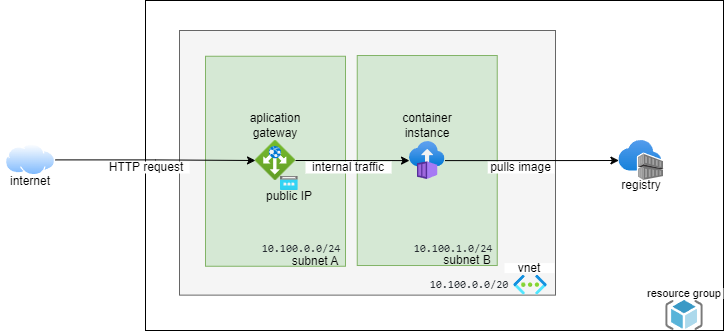
Earlier version of the draw.io export aci/go-micro-api-aci.drawio.png (juliocesarscheidt/go-micro-api). Source tidied: cells renumbered, new cells last; positions are measured from the earlier drawing's top-left corner, leaving out a move shared by most shapes.
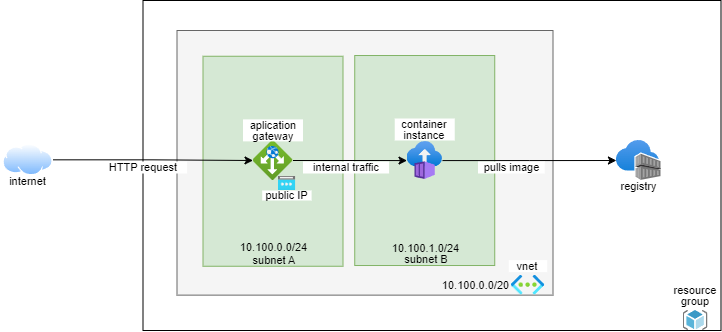
The same diagram one commit later.

Commit message:
Adjust diagrams

Change to the diagram source:
```diff
@@ -3,91 +3,91 @@
     <mxCell id="0" />
     <mxCell id="1" parent="0" />
     <mxCell id="2" style="rounded=0;whiteSpace=wrap;html=1;" parent="1" vertex="1">
-      <mxGeometry x="145" width="578" height="330" as="geometry" />
+      <mxGeometry x="180.5" y="110" width="578" height="330" as="geometry" />
     </mxCell>
     <mxCell id="3" style="rounded=0;whiteSpace=wrap;html=1;fillColor=#f5f5f5;fontColor=#333333;strokeColor=#666666;" parent="1" vertex="1">
-      <mxGeometry x="179" y="30" width="376" height="264.6" as="geometry" />
+      <mxGeometry x="214.5" y="140" width="376" height="264.6" as="geometry" />
     </mxCell>
     <mxCell id="4" style="rounded=0;whiteSpace=wrap;html=1;fillColor=#d5e8d4;strokeColor=#82b366;" parent="1" vertex="1">
-      <mxGeometry x="356.7" y="55" width="140" height="210" as="geometry" />
+      <mxGeometry x="392.2" y="165" width="140" height="210" as="geometry" />
     </mxCell>
     <mxCell id="5" style="rounded=0;whiteSpace=wrap;html=1;fillColor=#d5e8d4;strokeColor=#82b366;" parent="1" vertex="1">
-      <mxGeometry x="205" y="55.8" width="140" height="210" as="geometry" />
+      <mxGeometry x="240.5" y="165.8" width="140" height="210" as="geometry" />
     </mxCell>
     <mxCell id="6" style="edgeStyle=orthogonalEdgeStyle;rounded=0;jettySize=auto;html=1;" parent="1" edge="1" source="7" target="9">
       <mxGeometry relative="1" as="geometry" />
     </mxCell>
     <mxCell id="7" style="html=1;points=[];align=center;image;fontSize=12;image=img/lib/azure2/networking/Application_Gateways.svg;" parent="1" vertex="1">
-      <mxGeometry x="255" y="140" width="40" height="40" as="geometry" />
+      <mxGeometry x="290.5" y="250" width="40" height="40" as="geometry" />
     </mxCell>
     <mxCell id="8" style="edgeStyle=orthogonalEdgeStyle;rounded=0;jettySize=auto;html=1;" parent="1" edge="1" source="9" target="10">
       <mxGeometry relative="1" as="geometry" />
     </mxCell>
     <mxCell id="9" style="html=1;points=[];align=center;image;fontSize=12;image=img/lib/azure2/containers/Container_Instances.svg;" parent="1" vertex="1">
-      <mxGeometry x="409" y="140.9" width="35.5" height="38.2" as="geometry" />
+      <mxGeometry x="444.5" y="250.9" width="35.5" height="38.2" as="geometry" />
     </mxCell>
     <mxCell id="10" style="html=1;points=[];align=center;image;fontSize=12;image=img/lib/azure2/containers/Container_Registries.svg;" parent="1" vertex="1">
-      <mxGeometry x="618.4" y="140" width="44.6" height="40" as="geometry" />
+      <mxGeometry x="653.9" y="250" width="44.6" height="40" as="geometry" />
     </mxCell>
     <mxCell id="11" style="edgeStyle=orthogonalEdgeStyle;rounded=0;jettySize=auto;html=1;" parent="1" edge="1" source="12" target="7">
       <mxGeometry relative="1" as="geometry" />
     </mxCell>
     <mxCell id="12" style="perimeter=ellipsePerimeter;html=1;align=center;shadow=0;dashed=0;spacingTop=3;image;image=img/lib/active_directory/internet_cloud.svg;" parent="1" vertex="1">
-      <mxGeometry x="5" y="143.6" width="50" height="31.5" as="geometry" />
+      <mxGeometry x="40.5" y="253.6" width="50" height="31.5" as="geometry" />
     </mxCell>
     <mxCell id="13" style="html=1;align=center;image;fontSize=12;image=img/lib/azure2/networking/Public_IP_Addresses.svg;" parent="1" vertex="1">
-      <mxGeometry x="280" y="175.8" width="17.8" height="14.2" as="geometry" />
+      <mxGeometry x="315.5" y="285.8" width="17.8" height="14.2" as="geometry" />
     </mxCell>
-    <mxCell id="14" value="aplication gateway" style="text;html=1;strokeColor=none;fillColor=none;align=center;verticalAlign=middle;whiteSpace=wrap;rounded=0;" parent="1" vertex="1">
-      <mxGeometry x="245" y="110" width="60" height="30" as="geometry" />
+    <mxCell id="14" value="&lt;p style=&quot;line-height: 100%; font-size: 11px;&quot;&gt;&lt;font style=&quot;font-size: 11px;&quot;&gt;aplication gateway&lt;/font&gt;&lt;/p&gt;" style="text;html=1;strokeColor=none;fillColor=default;align=center;verticalAlign=middle;whiteSpace=wrap;rounded=0;fontSize=11;" parent="1" vertex="1">
+      <mxGeometry x="280.5" y="228.9" width="60" height="22" as="geometry" />
     </mxCell>
-    <mxCell id="15" value="public IP" style="text;html=1;strokeColor=none;fillColor=none;align=center;verticalAlign=middle;whiteSpace=wrap;rounded=0;" parent="1" vertex="1">
-      <mxGeometry x="258.9" y="190.8" width="60" height="10" as="geometry" />
+    <mxCell id="15" value="&lt;p style=&quot;line-height: 100%; font-size: 11px;&quot;&gt;&lt;font style=&quot;font-size: 11px;&quot;&gt;public IP&lt;/font&gt;&lt;/p&gt;" style="text;html=1;strokeColor=none;fillColor=default;align=center;verticalAlign=middle;whiteSpace=wrap;rounded=0;fontSize=11;" parent="1" vertex="1">
+      <mxGeometry x="299.7" y="300" width="49.4" height="10" as="geometry" />
     </mxCell>
-    <mxCell id="16" value="internet" style="text;html=1;strokeColor=none;fillColor=default;align=center;verticalAlign=middle;whiteSpace=wrap;rounded=0;" parent="1" vertex="1">
-      <mxGeometry y="176.4" width="60" height="10" as="geometry" />
+    <mxCell id="16" value="&lt;p style=&quot;line-height: 100%;&quot;&gt;internet&lt;/p&gt;" style="text;html=1;strokeColor=none;fillColor=default;align=center;verticalAlign=middle;whiteSpace=wrap;rounded=0;fontSize=11;" parent="1" vertex="1">
+      <mxGeometry x="38" y="285.8" width="55" height="10" as="geometry" />
     </mxCell>
     <mxCell id="17" style="sketch=0;html=1;align=center;image;fontSize=12;image=img/lib/mscae/ResourceGroup.svg;" parent="1" vertex="1">
-      <mxGeometry x="665.2" y="300" width="37.5" height="30" as="geometry" />
+      <mxGeometry x="720.5" y="420" width="25" height="20" as="geometry" />
     </mxCell>
-    <mxCell id="18" value="resource group" style="text;html=1;strokeColor=none;fillColor=default;align=center;verticalAlign=middle;whiteSpace=wrap;rounded=0;fontSize=11;" parent="1" vertex="1">
-      <mxGeometry x="645" y="288" width="78" height="10" as="geometry" />
-    </mxCell>
     <mxCell id="19" style="html=1;align=center;image;fontSize=12;image=img/lib/azure2/networking/Virtual_Networks.svg;" parent="1" vertex="1">
-      <mxGeometry x="513.2" y="274.6" width="33.5" height="20" as="geometry" />
+      <mxGeometry x="548.8" y="384.6" width="33.5" height="20" as="geometry" />
     </mxCell>
-    <mxCell id="20" value="vnet" style="text;html=1;strokeColor=none;fillColor=default;align=center;verticalAlign=middle;whiteSpace=wrap;rounded=0;" parent="1" vertex="1">
-      <mxGeometry x="504" y="262.6" width="50" height="10" as="geometry" />
-    </mxCell>
-    <mxCell id="21" value="container instance" style="text;html=1;strokeColor=none;fillColor=none;align=center;verticalAlign=middle;whiteSpace=wrap;rounded=0;" parent="1" vertex="1">
-      <mxGeometry x="396.7" y="110" width="60" height="30" as="geometry" />
-    </mxCell>
-    <mxCell id="22" value="subnet A" style="text;html=1;strokeColor=none;fillColor=none;align=center;verticalAlign=middle;whiteSpace=wrap;rounded=0;" parent="1" vertex="1">
-      <mxGeometry x="285" y="255.8" width="60" height="10" as="geometry" />
-    </mxCell>
-    <mxCell id="23" value="subnet B" style="text;html=1;strokeColor=none;fillColor=none;align=center;verticalAlign=middle;whiteSpace=wrap;rounded=0;" parent="1" vertex="1">
-      <mxGeometry x="436.7" y="255" width="60" height="10" as="geometry" />
-    </mxCell>
-    <mxCell id="24" value="registry" style="text;html=1;strokeColor=none;fillColor=default;align=center;verticalAlign=middle;whiteSpace=wrap;rounded=0;" parent="1" vertex="1">
-      <mxGeometry x="610.7" y="179.8" width="60" height="10" as="geometry" />
-    </mxCell>
-    <mxCell id="25" value="pulls image" style="text;html=1;strokeColor=none;fillColor=default;align=center;verticalAlign=middle;whiteSpace=wrap;rounded=0;" parent="1" vertex="1">
-      <mxGeometry x="487.2" y="161" width="66.8" height="12" as="geometry" />
+    <mxCell id="25" value="&lt;p style=&quot;line-height: 100%;&quot;&gt;pulls image&lt;/p&gt;" style="text;html=1;strokeColor=none;fillColor=default;align=center;verticalAlign=middle;whiteSpace=wrap;rounded=0;fontSize=11;" parent="1" vertex="1">
+      <mxGeometry x="515.5" y="271" width="66.8" height="12" as="geometry" />
     </mxCell>
-    <mxCell id="26" value="internal traffic" style="text;html=1;strokeColor=none;fillColor=default;align=center;verticalAlign=middle;whiteSpace=wrap;rounded=0;" parent="1" vertex="1">
-      <mxGeometry x="305" y="161" width="86.1" height="12" as="geometry" />
+    <mxCell id="26" value="&lt;p style=&quot;line-height: 100%;&quot;&gt;internal traffic&lt;/p&gt;" style="text;html=1;strokeColor=none;fillColor=default;align=center;verticalAlign=middle;whiteSpace=wrap;rounded=0;fontSize=11;" parent="1" vertex="1">
+      <mxGeometry x="340.5" y="271" width="86.1" height="12" as="geometry" />
     </mxCell>
-    <mxCell id="27" value="HTTP request" style="text;html=1;strokeColor=none;fillColor=default;align=center;verticalAlign=middle;whiteSpace=wrap;rounded=0;" parent="1" vertex="1">
-      <mxGeometry x="103" y="161" width="86.1" height="12" as="geometry" />
+    <mxCell id="27" value="&lt;p style=&quot;line-height: 100%;&quot;&gt;HTTP request&lt;/p&gt;" style="text;html=1;strokeColor=none;fillColor=default;align=center;verticalAlign=middle;whiteSpace=wrap;rounded=0;fontSize=11;" parent="1" vertex="1">
+      <mxGeometry x="138.5" y="271" width="86.1" height="12" as="geometry" />
     </mxCell>
+    <mxCell id="24" value="&lt;p style=&quot;line-height: 100%;&quot;&gt;registry&lt;/p&gt;" style="text;html=1;strokeColor=none;fillColor=default;align=center;verticalAlign=middle;whiteSpace=wrap;rounded=0;fontSize=11;" parent="1" vertex="1">
+      <mxGeometry x="649.6" y="290" width="53.1" height="12" as="geometry" />
+    </mxCell>
+    <mxCell id="23" value="subnet B" style="text;html=1;strokeColor=none;fillColor=none;align=center;verticalAlign=middle;whiteSpace=wrap;rounded=0;fontSize=11;" parent="1" vertex="1">
+      <mxGeometry x="434.6" y="363" width="57.7" height="12" as="geometry" />
+    </mxCell>
+    <mxCell id="18" value="&lt;p style=&quot;line-height: 100%;&quot;&gt;resource&lt;br&gt;group&lt;/p&gt;" style="text;html=1;strokeColor=none;fillColor=default;align=center;verticalAlign=middle;whiteSpace=wrap;rounded=0;fontSize=11;" parent="1" vertex="1">
+      <mxGeometry x="709" y="391" width="48" height="28" as="geometry" />
+    </mxCell>
+    <mxCell id="21" value="&lt;p style=&quot;line-height: 100%; font-size: 11px;&quot;&gt;container instance&lt;br&gt;&lt;/p&gt;" style="text;html=1;strokeColor=none;fillColor=default;align=center;verticalAlign=middle;whiteSpace=wrap;rounded=0;fontSize=11;" parent="1" vertex="1">
+      <mxGeometry x="432.2" y="228" width="60" height="22" as="geometry" />
+    </mxCell>
-    <mxCell id="28" value="&lt;pre style=&quot;box-sizing: border-box; font-family: ui-monospace, SFMono-Regular, &amp;quot;SF Mono&amp;quot;, Menlo, Consolas, &amp;quot;Liberation Mono&amp;quot;, monospace; font-size: 11px; margin-top: 0px; margin-bottom: 0px; overflow-wrap: normal; padding: 16px; overflow: auto; line-height: 1.45; background-color: var(--color-canvas-subtle); border-radius: 6px; word-break: normal; color: rgb(36, 41, 47); text-align: start;&quot;&gt;10.100.0.0/20&lt;/pre&gt;" style="text;html=1;strokeColor=none;fillColor=none;align=center;verticalAlign=middle;whiteSpace=wrap;rounded=0;fontSize=11;" parent="1" vertex="1">
-      <mxGeometry x="425" y="277" width="88.2" height="14.6" as="geometry" />
+    <mxCell id="28" value="&lt;p style=&quot;line-height: 100%;&quot;&gt;10.100.0.0/20&lt;/p&gt;" style="text;html=1;strokeColor=none;fillColor=none;align=center;verticalAlign=middle;whiteSpace=wrap;rounded=0;fontSize=11;" parent="1" vertex="1">
+      <mxGeometry x="480" y="388.6" width="66.8" height="12" as="geometry" />
     </mxCell>
+    <mxCell id="20" value="&lt;p style=&quot;line-height: 100%;&quot;&gt;vnet&lt;/p&gt;" style="text;html=1;strokeColor=none;fillColor=default;align=center;verticalAlign=middle;whiteSpace=wrap;rounded=0;fontSize=11;" parent="1" vertex="1">
+      <mxGeometry x="546.3" y="369.6" width="38.4" height="12" as="geometry" />
+    </mxCell>
+    <mxCell id="22" value="subnet A" style="text;html=1;strokeColor=none;fillColor=none;align=center;verticalAlign=middle;whiteSpace=wrap;rounded=0;fontSize=11;" parent="1" vertex="1">
+      <mxGeometry x="282.8" y="363.8" width="57.7" height="12" as="geometry" />
+    </mxCell>
-    <mxCell id="29" value="&lt;pre style=&quot;box-sizing: border-box; font-family: ui-monospace, SFMono-Regular, &amp;quot;SF Mono&amp;quot;, Menlo, Consolas, &amp;quot;Liberation Mono&amp;quot;, monospace; font-size: 11px; margin-top: 0px; margin-bottom: 0px; overflow-wrap: normal; padding: 16px; overflow: auto; line-height: 1.45; background-color: var(--color-canvas-subtle); border-radius: 6px; word-break: normal; color: rgb(36, 41, 47); text-align: start;&quot;&gt;10.100.0.0/24&lt;/pre&gt;" style="text;html=1;strokeColor=none;fillColor=none;align=center;verticalAlign=middle;whiteSpace=wrap;rounded=0;fontSize=11;" parent="1" vertex="1">
-      <mxGeometry x="256.8" y="240.8" width="88.2" height="15" as="geometry" />
+    <mxCell id="29" value="&lt;p style=&quot;line-height: 100%;&quot;&gt;10.100.0.0/24&lt;/p&gt;" style="text;html=1;strokeColor=none;fillColor=none;align=center;verticalAlign=middle;whiteSpace=wrap;rounded=0;fontSize=11;" parent="1" vertex="1">
+      <mxGeometry x="278.3" y="351" width="66.8" height="12" as="geometry" />
     </mxCell>
-    <mxCell id="30" value="&lt;pre style=&quot;box-sizing: border-box; font-family: ui-monospace, SFMono-Regular, &amp;quot;SF Mono&amp;quot;, Menlo, Consolas, &amp;quot;Liberation Mono&amp;quot;, monospace; font-size: 11px; margin-top: 0px; margin-bottom: 0px; overflow-wrap: normal; padding: 16px; overflow: auto; line-height: 1.45; background-color: var(--color-canvas-subtle); border-radius: 6px; word-break: normal; color: rgb(36, 41, 47); text-align: start;&quot;&gt;10.100.1.0/24&lt;/pre&gt;" style="text;html=1;strokeColor=none;fillColor=none;align=center;verticalAlign=middle;whiteSpace=wrap;rounded=0;fontSize=11;" parent="1" vertex="1">
-      <mxGeometry x="409" y="240" width="88.2" height="15" as="geometry" />
+    <mxCell id="30" value="&lt;p style=&quot;line-height: 100%;&quot;&gt;10.100.1.0/24&lt;/p&gt;" style="text;html=1;strokeColor=none;fillColor=none;align=center;verticalAlign=middle;whiteSpace=wrap;rounded=0;fontSize=11;" parent="1" vertex="1">
+      <mxGeometry x="430" y="351.8" width="66.8" height="12" as="geometry" />
     </mxCell>
   </root>
 </mxGraphModel>
```
